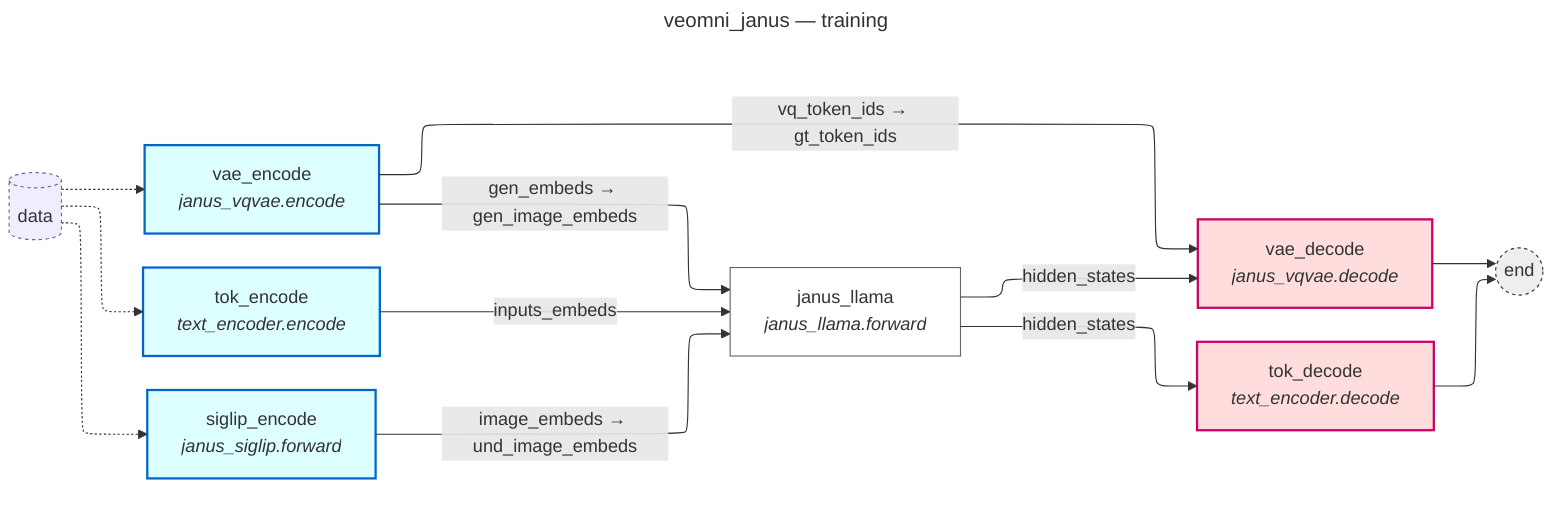
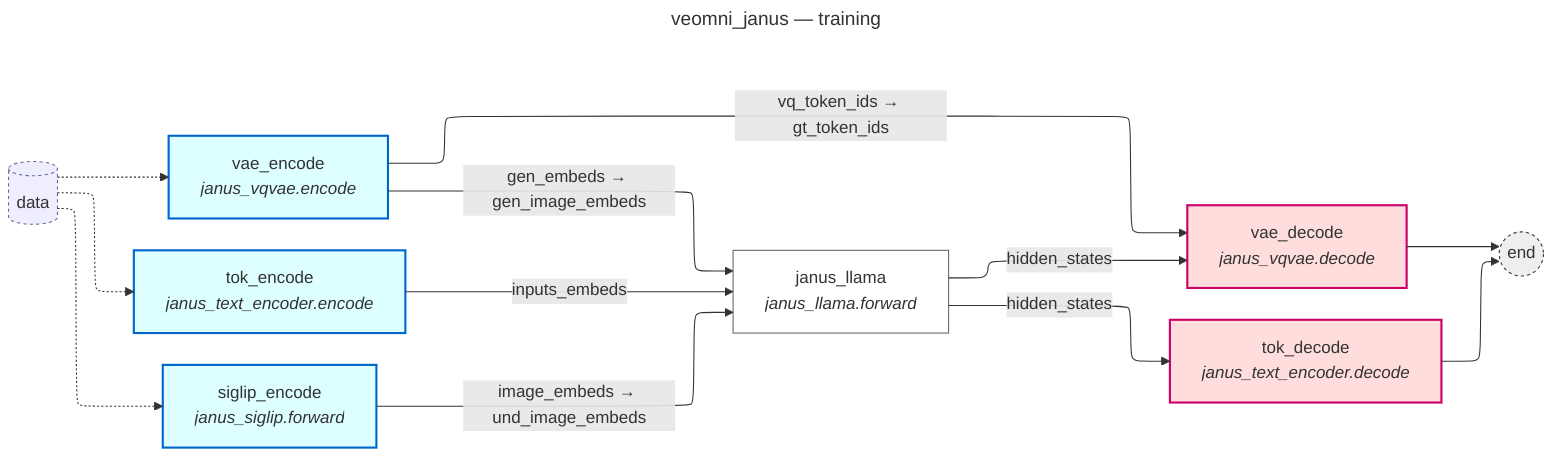
---
title: veomni_janus — training
---
%%{init: {'flowchart': {'defaultRenderer': 'elk'}}}%%
flowchart LR
    data[(data)]:::io
    subgraph col0 [ ]
        direction TB
        siglip_encode["siglip_encode<br/><i>janus_siglip.forward</i>"]:::source
        vae_encode["vae_encode<br/><i>janus_vqvae.encode</i>"]:::source
-         tok_encode["tok_encode<br/><i>text_encoder.encode</i>"]:::source
+         tok_encode["tok_encode<br/><i>janus_text_encoder.encode</i>"]:::source
    end
    subgraph col1 [ ]
        direction TB
        janus_llama["janus_llama<br/><i>janus_llama.forward</i>"]:::middle
    end
    subgraph col2 [ ]
        direction TB
-         tok_decode["tok_decode<br/><i>text_encoder.decode</i>"]:::sink
+         tok_decode["tok_decode<br/><i>janus_text_encoder.decode</i>"]:::sink
        vae_decode["vae_decode<br/><i>janus_vqvae.decode</i>"]:::sink
    end
    end_sink(("end")):::end_sink
    data -.-> siglip_encode
    data -.-> tok_encode
    data -.-> vae_encode
    siglip_encode -->|"image_embeds → und_image_embeds"| janus_llama
    vae_encode -->|"gen_embeds → gen_image_embeds"| janus_llama
    tok_encode -->|"inputs_embeds"| janus_llama
    janus_llama -->|"hidden_states"| tok_decode
    janus_llama -->|"hidden_states"| vae_decode
    vae_encode -->|"vq_token_ids → gt_token_ids"| vae_decode
    tok_decode --> end_sink
    vae_decode --> end_sink
    style col0 fill:transparent,stroke:none
    style col1 fill:transparent,stroke:none
    style col2 fill:transparent,stroke:none
    classDef source fill:#dff,stroke:#06c,stroke-width:2px
    classDef sink fill:#fdd,stroke:#c06,stroke-width:2px
    classDef both fill:#efe,stroke:#693,stroke-width:2px
    classDef middle fill:#fff,stroke:#666
    classDef io fill:#eef,stroke:#669,stroke-dasharray:3 3
    classDef end_sink fill:#eee,stroke:#333,stroke-width:1px,stroke-dasharray:3 3
